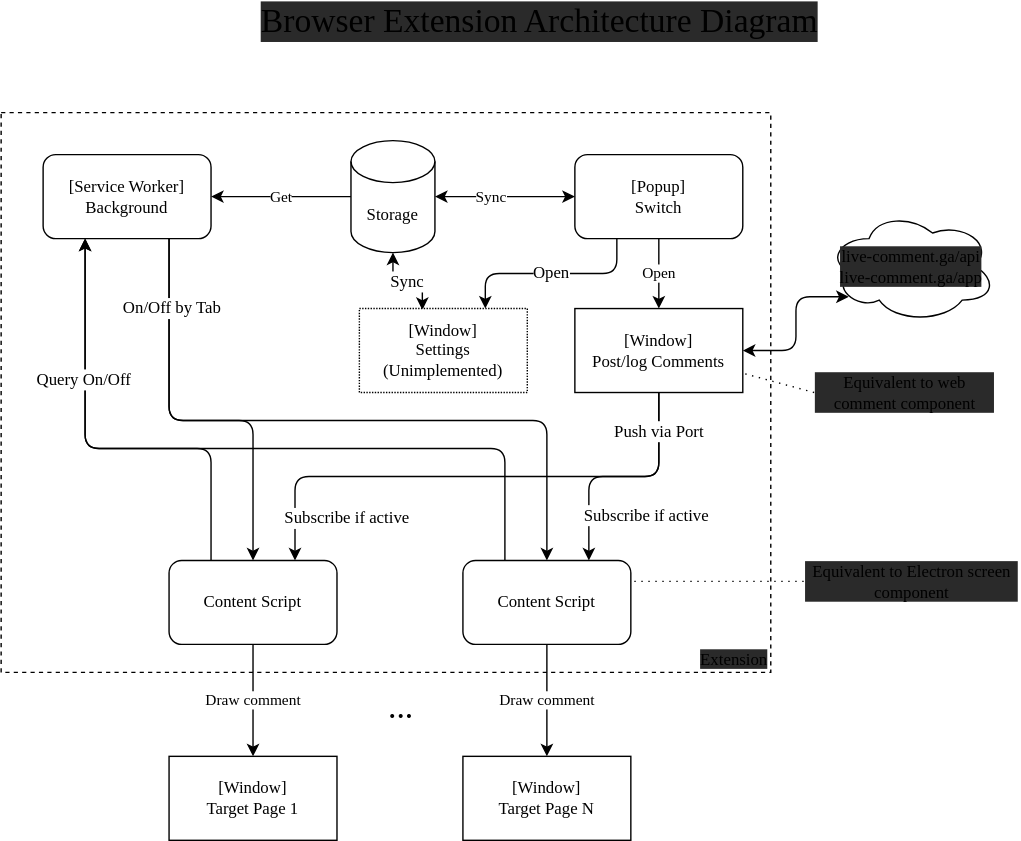
The draw.io diagram packages/app/design/extension.drawio.svg in ihiroky/live-comment, before a commit. Source tidied: cells renumbered, new cells last; positions are measured from the earlier drawing's top-left corner, leaving out a move shared by most shapes.
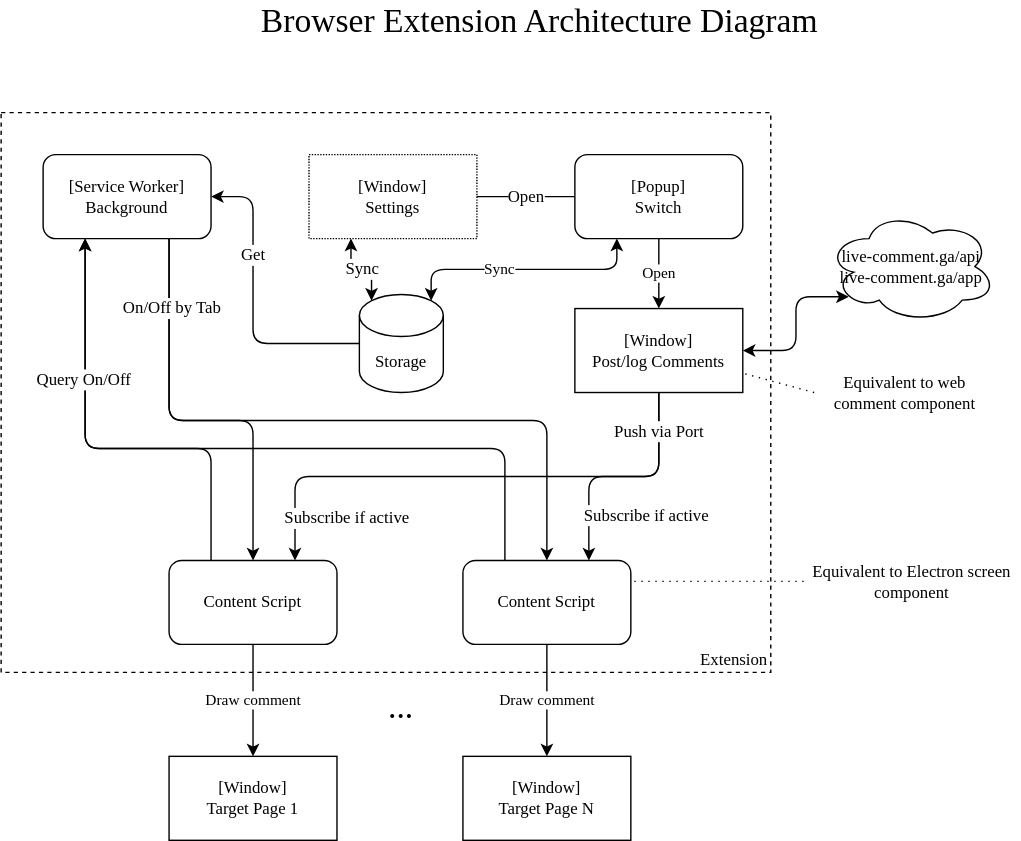
After the commit.

The edit, as a diff of the source:
```diff
@@ -2,7 +2,7 @@
   <root>
     <mxCell id="0" />
     <mxCell id="1" parent="0" />
-    <mxCell id="2" value="Extension" style="rounded=0;whiteSpace=wrap;html=1;labelBackgroundColor=#2A2A2A;comic=0;fontFamily=Comic Sans MS;fontSize=12;align=right;verticalAlign=bottom;strokeWidth=1;dashed=1;" parent="1" vertex="1">
+    <mxCell id="2" value="Extension" style="rounded=0;whiteSpace=wrap;html=1;labelBackgroundColor=none;comic=0;fontFamily=Comic Sans MS;fontSize=12;align=right;verticalAlign=bottom;strokeWidth=1;dashed=1;" parent="1" vertex="1">
       <mxGeometry y="80" width="550" height="400" as="geometry" />
     </mxCell>
     <mxCell id="3" value="Open" style="edgeStyle=elbowEdgeStyle;elbow=vertical;html=1;entryX=0.5;entryY=0;entryDx=0;entryDy=0;startArrow=none;startFill=0;fontFamily=Comic Sans MS;" parent="1" edge="1" source="5" target="12">
@@ -64,9 +64,6 @@
     <mxCell id="15" value="On/Off by Tab" style="edgeLabel;html=1;align=center;verticalAlign=middle;fontSize=12;fontFamily=Comic Sans MS;" parent="14" vertex="1">
       <mxGeometry x="-0.8" y="1" relative="1" as="geometry" />
     </mxCell>
-    <mxCell id="16" value="Get" style="edgeStyle=elbowEdgeStyle;elbow=vertical;html=1;entryX=0;entryY=0.5;entryDx=0;entryDy=0;entryPerimeter=0;startArrow=classic;startFill=1;fontFamily=Comic Sans MS;endArrow=none;endFill=0;" parent="1" edge="1" source="31" target="29">
-      <mxGeometry relative="1" as="geometry" />
-    </mxCell>
     <mxCell id="17" value="[Window]&lt;br&gt;Target Page 1" style="rounded=0;whiteSpace=wrap;html=1;fontStyle=0;fontFamily=Comic Sans MS;" parent="1" vertex="1">
       <mxGeometry x="120" y="540" width="120" height="60" as="geometry" />
     </mxCell>
@@ -108,14 +105,18 @@
     <mxCell id="26" value="[Window]&lt;br&gt;Target Page N" style="rounded=0;whiteSpace=wrap;html=1;fontFamily=Comic Sans MS;" parent="1" vertex="1">
       <mxGeometry x="330" y="540" width="120" height="60" as="geometry" />
     </mxCell>
-    <mxCell id="27" value="Sync" style="edgeStyle=elbowEdgeStyle;elbow=vertical;html=1;entryX=0;entryY=0.5;entryDx=0;entryDy=0;startArrow=classic;startFill=1;fontFamily=Comic Sans MS;" parent="1" edge="1" source="29" target="5">
+    <mxCell id="27" value="Sync" style="edgeStyle=elbowEdgeStyle;elbow=vertical;html=1;entryX=0.25;entryY=1;entryDx=0;entryDy=0;startArrow=classic;startFill=1;fontFamily=Comic Sans MS;exitX=0.855;exitY=0;exitDx=0;exitDy=4.35;exitPerimeter=0;" parent="1" edge="1" source="29" target="5">
       <mxGeometry x="-0.2" relative="1" as="geometry" />
     </mxCell>
-    <mxCell id="28" value="Sync" style="edgeStyle=elbowEdgeStyle;elbow=vertical;html=1;entryX=0.375;entryY=0.017;entryDx=0;entryDy=0;entryPerimeter=0;fontFamily=Comic Sans MS;fontSize=12;startArrow=classic;startFill=1;endArrow=classic;endFill=1;" parent="1" edge="1" source="29" target="33">
-      <mxGeometry relative="1" as="geometry" />
-    </mxCell>
+    <mxCell id="16" value="&lt;font face=&quot;Comic Sans MS&quot; style=&quot;font-size: 12px;&quot;&gt;Get&lt;/font&gt;" style="edgeStyle=elbowEdgeStyle;html=1;entryX=1;entryY=0.5;entryDx=0;entryDy=0;fontSize=12;" parent="1" edge="1" source="29" target="31">
+      <mxGeometry x="0.32" relative="1" as="geometry">
+        <Array as="points">
+          <mxPoint x="180" y="190" />
+        </Array>
+      </mxGeometry>
+    </mxCell>
     <mxCell id="29" value="Storage" style="shape=cylinder3;whiteSpace=wrap;html=1;boundedLbl=1;backgroundOutline=1;size=15;fontFamily=Comic Sans MS;" parent="1" vertex="1">
-      <mxGeometry x="250" y="100" width="60" height="80" as="geometry" />
+      <mxGeometry x="256" y="210" width="60" height="70" as="geometry" />
     </mxCell>
     <mxCell id="30" value="..." style="text;html=1;strokeColor=none;fillColor=none;align=center;verticalAlign=middle;whiteSpace=wrap;rounded=0;fontFamily=Comic Sans MS;fontSize=24;" parent="1" vertex="1">
       <mxGeometry x="256" y="490" width="60" height="30" as="geometry" />
@@ -123,25 +124,28 @@
     <mxCell id="31" value="[Service Worker]&lt;br&gt;Background" style="rounded=1;whiteSpace=wrap;html=1;fontFamily=Comic Sans MS;" parent="1" vertex="1">
       <mxGeometry x="30" y="110" width="120" height="60" as="geometry" />
     </mxCell>
-    <mxCell id="32" value="live-comment.ga/api&lt;br&gt;live-comment.ga/app" style="ellipse;shape=cloud;whiteSpace=wrap;html=1;labelBackgroundColor=#2A2A2A;comic=0;fontFamily=Comic Sans MS;fontSize=12;" parent="1" vertex="1">
+    <mxCell id="32" value="live-comment.ga/api&lt;br&gt;live-comment.ga/app" style="ellipse;shape=cloud;whiteSpace=wrap;html=1;labelBackgroundColor=none;comic=0;fontFamily=Comic Sans MS;fontSize=12;" parent="1" vertex="1">
       <mxGeometry x="590" y="150" width="121" height="80" as="geometry" />
     </mxCell>
+    <mxCell id="28" value="Sync" style="edgeStyle=elbowEdgeStyle;elbow=vertical;html=1;exitX=0.25;exitY=1;exitDx=0;exitDy=0;entryX=0.145;entryY=0;entryDx=0;entryDy=4.35;entryPerimeter=0;fontFamily=Comic Sans MS;fontSize=12;startArrow=classic;startFill=1;" parent="1" edge="1" source="33" target="29">
+      <mxGeometry relative="1" as="geometry" />
+    </mxCell>
-    <mxCell id="33" value="[Window]&lt;br&gt;Settings&lt;br&gt;(Unimplemented)" style="rounded=0;whiteSpace=wrap;html=1;fontFamily=Comic Sans MS;dashed=1;dashPattern=1 1;" parent="1" vertex="1">
-      <mxGeometry x="256" y="220" width="120" height="60" as="geometry" />
+    <mxCell id="33" value="[Window]&lt;br&gt;Settings" style="rounded=0;whiteSpace=wrap;html=1;fontFamily=Comic Sans MS;dashed=1;dashPattern=1 1;" parent="1" vertex="1">
+      <mxGeometry x="220" y="110" width="120" height="60" as="geometry" />
     </mxCell>
     <mxCell id="34" style="edgeStyle=none;html=1;dashed=1;dashPattern=1 4;fontFamily=Comic Sans MS;fontSize=12;startArrow=none;startFill=0;endArrow=none;endFill=0;elbow=vertical;entryX=1;entryY=0.25;entryDx=0;entryDy=0;exitX=0;exitY=0.5;exitDx=0;exitDy=0;" parent="1" edge="1" source="35" target="25">
       <mxGeometry relative="1" as="geometry" />
     </mxCell>
-    <mxCell id="35" value="Equivalent to Electron screen component" style="text;html=1;strokeColor=none;fillColor=none;align=center;verticalAlign=middle;whiteSpace=wrap;rounded=0;dashed=1;dashPattern=1 1;labelBackgroundColor=#2A2A2A;comic=0;fontFamily=Comic Sans MS;fontSize=12;" parent="1" vertex="1">
+    <mxCell id="35" value="Equivalent to Electron screen component" style="text;html=1;strokeColor=none;fillColor=none;align=center;verticalAlign=middle;whiteSpace=wrap;rounded=0;dashed=1;dashPattern=1 1;labelBackgroundColor=none;comic=0;fontFamily=Comic Sans MS;fontSize=12;" parent="1" vertex="1">
       <mxGeometry x="573.5" y="400" width="154" height="30" as="geometry" />
     </mxCell>
     <mxCell id="36" style="edgeStyle=none;html=1;exitX=0;exitY=0.5;exitDx=0;exitDy=0;dashed=1;dashPattern=1 4;fontFamily=Comic Sans MS;fontSize=12;startArrow=none;startFill=0;endArrow=none;endFill=0;elbow=vertical;" parent="1" edge="1" source="37" target="12">
       <mxGeometry relative="1" as="geometry" />
     </mxCell>
-    <mxCell id="37" value="Equivalent to web comment component" style="text;html=1;strokeColor=none;fillColor=none;align=center;verticalAlign=middle;whiteSpace=wrap;rounded=0;dashed=1;dashPattern=1 1;labelBackgroundColor=#2A2A2A;comic=0;fontFamily=Comic Sans MS;fontSize=12;" parent="1" vertex="1">
+    <mxCell id="37" value="Equivalent to web comment component" style="text;html=1;strokeColor=none;fillColor=none;align=center;verticalAlign=middle;whiteSpace=wrap;rounded=0;dashed=1;dashPattern=1 1;labelBackgroundColor=none;comic=0;fontFamily=Comic Sans MS;fontSize=12;" parent="1" vertex="1">
       <mxGeometry x="581" y="265" width="130" height="30" as="geometry" />
     </mxCell>
-    <mxCell id="38" value="Browser Extension Architecture Diagram" style="text;html=1;strokeColor=none;fillColor=none;align=center;verticalAlign=middle;whiteSpace=wrap;rounded=0;dashed=1;dashPattern=1 1;labelBackgroundColor=#2A2A2A;comic=0;fontFamily=Comic Sans MS;fontSize=24;" parent="1" vertex="1">
+    <mxCell id="38" value="Browser Extension Architecture Diagram" style="text;html=1;strokeColor=none;fillColor=none;align=center;verticalAlign=middle;whiteSpace=wrap;rounded=0;dashed=1;dashPattern=1 1;labelBackgroundColor=none;comic=0;fontFamily=Comic Sans MS;fontSize=24;" parent="1" vertex="1">
       <mxGeometry x="120" width="530" height="30" as="geometry" />
     </mxCell>
   </root>
```
